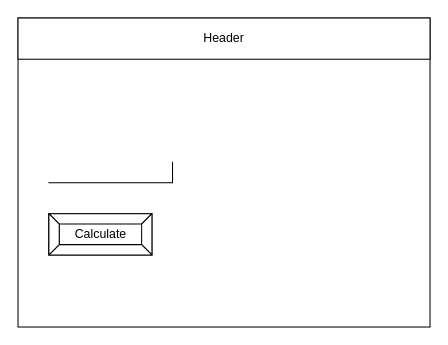
Earlier version of the draw.io diagram page "Page-1" (1 of 2) of design/story-board.drawio (ashley-monaghan/ICS20R-Unit-6-02). Source tidied: cells renumbered, new cells numbered last; positions are measured from the earlier drawing's top-left corner, leaving out a move shared by most shapes. Both pictures are drawn from the tidied source at 103%, with x=0, y=0 at pixel (18, 18).
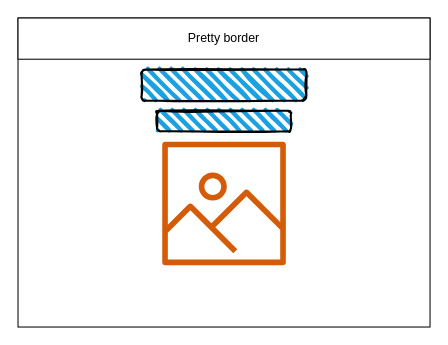
The same page after the edit.

Diff of the diagram source:
```diff
@@
 <mxGraphModel>
   <root>
     <mxCell id="0" />
     <mxCell id="1" parent="0" />
     <mxCell id="2" style="rounded=0;whiteSpace=wrap;html=1;" parent="1" vertex="1">
       <mxGeometry width="400" height="300" as="geometry" />
     </mxCell>
-    <mxCell id="3" value="Header" style="rounded=0;whiteSpace=wrap;html=1;" parent="1" vertex="1">
+    <mxCell id="3" value="Pretty border" style="rounded=0;whiteSpace=wrap;html=1;" parent="1" vertex="1">
       <mxGeometry width="400" height="40" as="geometry" />
     </mxCell>
-    <mxCell id="4" style="shape=partialRectangle;whiteSpace=wrap;html=1;top=0;left=0;fillColor=none;" parent="1" vertex="1">
-      <mxGeometry x="30" y="140" width="120" height="20" as="geometry" />
-    </mxCell>
-    <mxCell id="5" value="Calculate" style="labelPosition=center;verticalLabelPosition=middle;align=center;html=1;shape=mxgraph.basic.button;dx=10;" parent="1" vertex="1">
-      <mxGeometry x="30" y="190" width="100" height="40" as="geometry" />
+    <mxCell id="5" style="rounded=1;whiteSpace=wrap;html=1;strokeWidth=2;fillWeight=4;hachureGap=8;hachureAngle=45;fillColor=#1ba1e2;sketch=1;" parent="1" vertex="1">
+      <mxGeometry x="120" y="50" width="160" height="30" as="geometry" />
     </mxCell>
+    <mxCell id="6" style="rounded=1;whiteSpace=wrap;html=1;strokeWidth=2;fillWeight=4;hachureGap=8;hachureAngle=45;fillColor=#1ba1e2;sketch=1;" parent="1" vertex="1">
+      <mxGeometry x="135" y="90" width="130" height="20" as="geometry" />
+    </mxCell>
+    <mxCell id="7" style="sketch=0;fontColor=#232F3E;gradientColor=none;fillColor=#D45B07;strokeColor=none;dashed=0;verticalLabelPosition=bottom;verticalAlign=top;align=center;html=1;fontSize=12;fontStyle=0;shape=mxgraph.aws4.container_registry_image;" parent="1" vertex="1">
+      <mxGeometry x="140" y="120" width="120" height="120" as="geometry" />
+    </mxCell>
   </root>
 </mxGraphModel>
```
